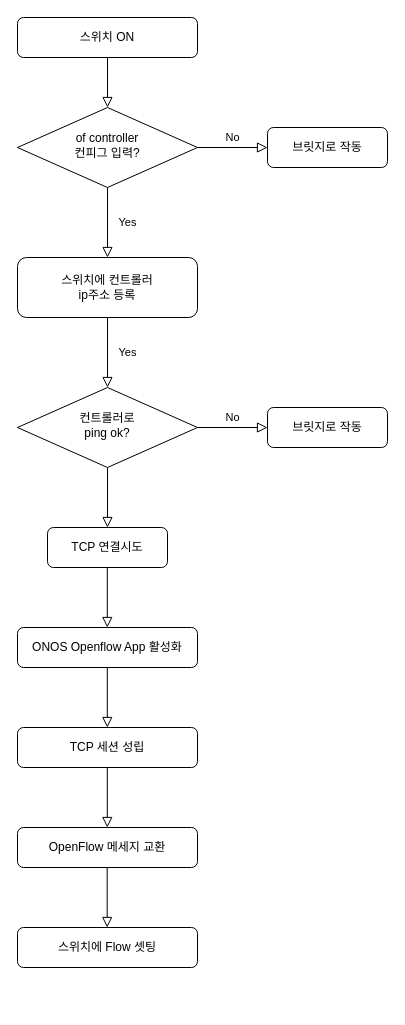
Earlier version of the draw.io diagram page "순서도" (1 of 2) of Settings.drawio (gameLoading/blank__-). Source tidied: cells renumbered, new cells numbered last; positions are measured from the earlier drawing's top-left corner, leaving out a move shared by most shapes. Both pictures are drawn from the tidied source at 100%, with x=0, y=0 at pixel (17, 17).
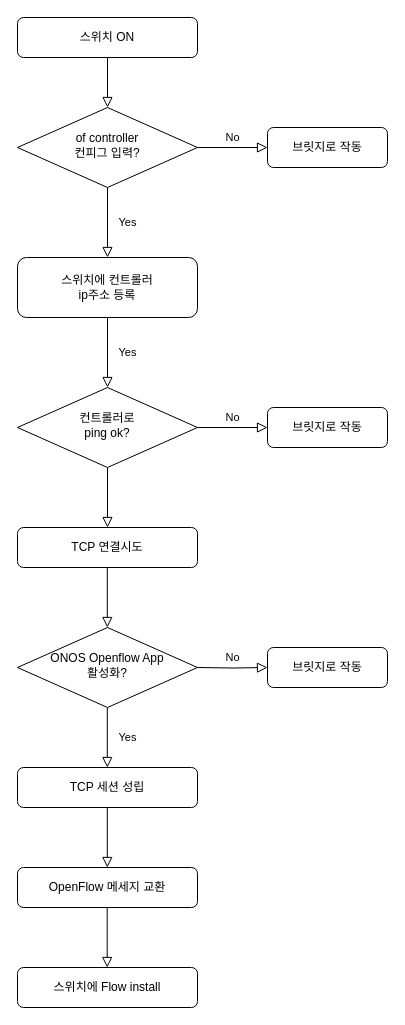
The same page after the edit.

What changed in the source:
```diff
@@
     <mxCell id="11" value="TCP 연결시도" style="rounded=1;whiteSpace=wrap;html=1;fontSize=12;glass=0;strokeWidth=1;shadow=0;" parent="1" vertex="1">
-      <mxGeometry x="30" y="510" width="120" height="40" as="geometry" />
+      <mxGeometry y="510" width="180" height="40" as="geometry" />
     </mxCell>
@@
-    <mxCell id="15" value="ONOS Openflow App 활성화" style="rounded=1;whiteSpace=wrap;html=1;fontSize=12;glass=0;strokeWidth=1;shadow=0;" parent="1" vertex="1">
-      <mxGeometry y="610" width="180" height="40" as="geometry" />
-    </mxCell>
@@
     <mxCell id="17" value="TCP 세션 성립" style="rounded=1;whiteSpace=wrap;html=1;fontSize=12;glass=0;strokeWidth=1;shadow=0;" parent="1" vertex="1">
-      <mxGeometry y="710" width="180" height="40" as="geometry" />
+      <mxGeometry y="750" width="180" height="40" as="geometry" />
     </mxCell>
-    <mxCell id="18" style="rounded=0;html=1;jettySize=auto;orthogonalLoop=1;fontSize=11;endArrow=block;endFill=0;endSize=8;strokeWidth=1;shadow=0;labelBackgroundColor=none;edgeStyle=orthogonalEdgeStyle;" parent="1" edge="1">
+    <mxCell id="18" value="Yes" style="rounded=0;html=1;jettySize=auto;orthogonalLoop=1;fontSize=11;endArrow=block;endFill=0;endSize=8;strokeWidth=1;shadow=0;labelBackgroundColor=none;edgeStyle=orthogonalEdgeStyle;" parent="1" edge="1">
       <mxGeometry y="20" relative="1" as="geometry">
-        <mxPoint x="89.8" y="650" as="sourcePoint" />
-        <mxPoint x="89.8" y="710" as="targetPoint" />
+        <mxPoint x="89.8" y="690" as="sourcePoint" />
+        <mxPoint x="89.8" y="750" as="targetPoint" />
       </mxGeometry>
     </mxCell>
     <mxCell id="19" value="OpenFlow 메세지 교환" style="rounded=1;whiteSpace=wrap;html=1;fontSize=12;glass=0;strokeWidth=1;shadow=0;" parent="1" vertex="1">
-      <mxGeometry y="810" width="180" height="40" as="geometry" />
+      <mxGeometry y="850" width="180" height="40" as="geometry" />
     </mxCell>
     <mxCell id="20" style="rounded=0;html=1;jettySize=auto;orthogonalLoop=1;fontSize=11;endArrow=block;endFill=0;endSize=8;strokeWidth=1;shadow=0;labelBackgroundColor=none;edgeStyle=orthogonalEdgeStyle;" parent="1" edge="1">
       <mxGeometry y="20" relative="1" as="geometry">
-        <mxPoint x="89.8" y="750" as="sourcePoint" />
-        <mxPoint x="89.8" y="810" as="targetPoint" />
+        <mxPoint x="89.8" y="790" as="sourcePoint" />
+        <mxPoint x="89.8" y="850" as="targetPoint" />
       </mxGeometry>
     </mxCell>
     <mxCell id="21" style="rounded=0;html=1;jettySize=auto;orthogonalLoop=1;fontSize=11;endArrow=block;endFill=0;endSize=8;strokeWidth=1;shadow=0;labelBackgroundColor=none;edgeStyle=orthogonalEdgeStyle;" parent="1" edge="1">
       <mxGeometry y="20" relative="1" as="geometry">
-        <mxPoint x="89.7" y="850" as="sourcePoint" />
-        <mxPoint x="89.7" y="910" as="targetPoint" />
+        <mxPoint x="89.7" y="890" as="sourcePoint" />
+        <mxPoint x="89.7" y="950" as="targetPoint" />
       </mxGeometry>
     </mxCell>
-    <mxCell id="22" value="스위치에 Flow 셋팅" style="rounded=1;whiteSpace=wrap;html=1;fontSize=12;glass=0;strokeWidth=1;shadow=0;" parent="1" vertex="1">
-      <mxGeometry y="910" width="180" height="40" as="geometry" />
+    <mxCell id="22" value="스위치에 Flow install" style="rounded=1;whiteSpace=wrap;html=1;fontSize=12;glass=0;strokeWidth=1;shadow=0;" parent="1" vertex="1">
+      <mxGeometry y="950" width="180" height="40" as="geometry" />
     </mxCell>
+    <mxCell id="23" value="ONOS Openflow App&lt;br&gt;활성화?" style="rhombus;whiteSpace=wrap;html=1;shadow=0;fontFamily=Helvetica;fontSize=12;align=center;strokeWidth=1;spacing=6;spacingTop=-4;" parent="1" vertex="1">
+      <mxGeometry y="610" width="180" height="80" as="geometry" />
+    </mxCell>
+    <mxCell id="24" value="No" style="edgeStyle=orthogonalEdgeStyle;rounded=0;html=1;jettySize=auto;fontSize=11;endArrow=block;endFill=0;endSize=8;strokeWidth=1;shadow=0;labelBackgroundColor=none;" parent="1" edge="1" target="25">
+      <mxGeometry y="10" relative="1" as="geometry">
+        <mxPoint x="180" y="650" as="sourcePoint" />
+      </mxGeometry>
+    </mxCell>
+    <mxCell id="25" value="브릿지로 작동" style="rounded=1;whiteSpace=wrap;html=1;fontSize=12;glass=0;strokeWidth=1;shadow=0;" parent="1" vertex="1">
+      <mxGeometry x="250" y="630" width="120" height="40" as="geometry" />
+    </mxCell>
```
